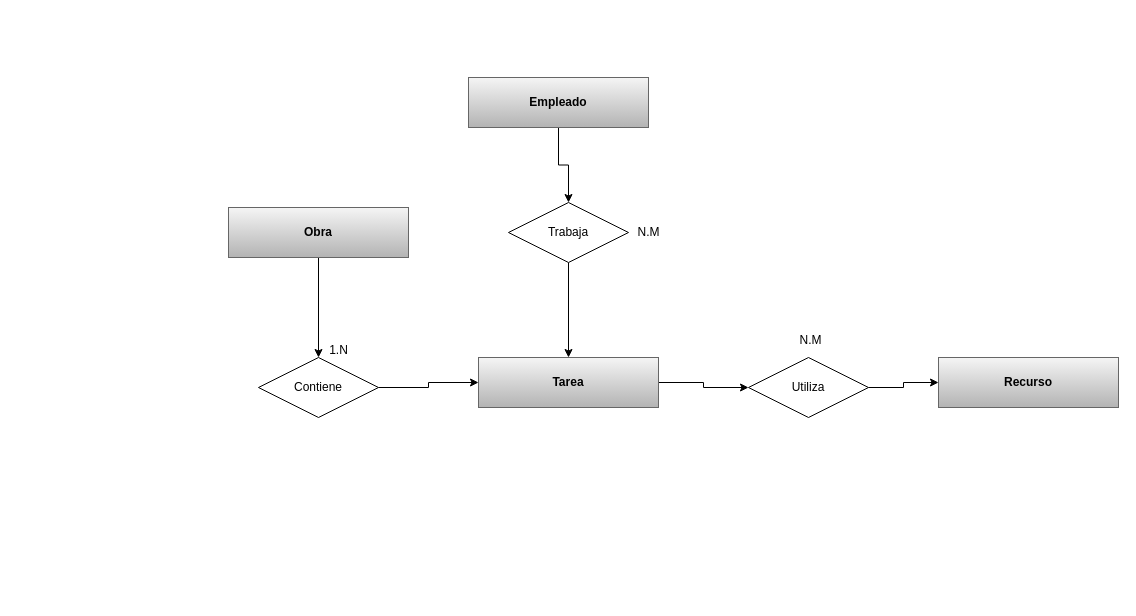
konnylisethalucematorresCAMPUS/baseDeDatosJhon keeps this draw.io diagram as CASO1"A".drawio. Above is the earlier version. Source tidied: cells renumbered, new cells numbered last; positions are measured from the earlier drawing's top-left corner, leaving out a move shared by most shapes. Both pictures are drawn from the tidied source at 100%, with x=0, y=0 at pixel (228, 77).
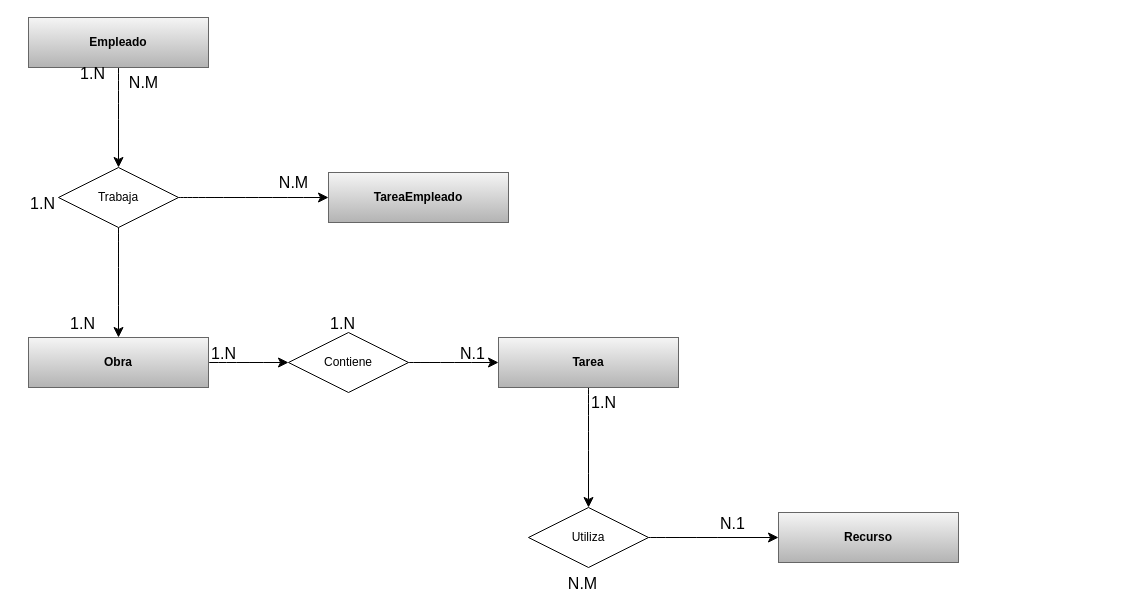
The same page after the edit.

The edit, as a diff of the source:
```diff
@@
-    <mxCell id="2" style="edgeStyle=orthogonalEdgeStyle;rounded=0;jettySize=auto;html=1;exitX=0.5;exitY=1;exitDx=0;exitDy=0;" parent="1" edge="1" source="3" target="12">
+    <mxCell id="2" style="edgeStyle=none;curved=1;rounded=0;jettySize=auto;html=1;exitX=0.5;exitY=1;exitDx=0;exitDy=0;entryX=0.5;entryY=0;entryDx=0;entryDy=0;fontSize=12;startSize=8;endSize=8;" parent="1" edge="1" source="3" target="12">
       <mxGeometry relative="1" as="geometry" />
     </mxCell>
     <mxCell id="3" value="&lt;b&gt;Empleado&lt;/b&gt;" style="rounded=0;whiteSpace=wrap;html=1;fillColor=#f5f5f5;strokeColor=#666666;gradientColor=#b3b3b3;" parent="1" vertex="1">
-      <mxGeometry x="240" width="180" height="50" as="geometry" />
+      <mxGeometry x="-200" y="-60" width="180" height="50" as="geometry" />
     </mxCell>
     <mxCell id="4" value="&lt;b&gt;Recurso&lt;/b&gt;" style="rounded=0;whiteSpace=wrap;html=1;fillColor=#f5f5f5;gradientColor=#b3b3b3;strokeColor=#666666;" parent="1" vertex="1">
-      <mxGeometry x="710" y="280" width="180" height="50" as="geometry" />
+      <mxGeometry x="550" y="435" width="180" height="50" as="geometry" />
     </mxCell>
-    <mxCell id="5" style="edgeStyle=orthogonalEdgeStyle;rounded=0;jettySize=auto;html=1;exitX=0.5;exitY=1;exitDx=0;exitDy=0;entryX=0.5;entryY=0;entryDx=0;entryDy=0;" parent="1" edge="1" source="6" target="10">
+    <mxCell id="5" style="edgeStyle=none;curved=1;rounded=0;jettySize=auto;html=1;exitX=1;exitY=0.5;exitDx=0;exitDy=0;entryX=0;entryY=0.5;entryDx=0;entryDy=0;fontSize=12;startSize=8;endSize=8;" parent="1" edge="1" source="6" target="10">
       <mxGeometry relative="1" as="geometry" />
     </mxCell>
     <mxCell id="6" value="&lt;b&gt;Obra&lt;/b&gt;" style="rounded=0;whiteSpace=wrap;html=1;fillColor=#f5f5f5;strokeColor=#666666;gradientColor=#b3b3b3;" parent="1" vertex="1">
-      <mxGeometry y="130" width="180" height="50" as="geometry" />
+      <mxGeometry x="-200" y="260" width="180" height="50" as="geometry" />
     </mxCell>
-    <mxCell id="7" style="edgeStyle=orthogonalEdgeStyle;rounded=0;jettySize=auto;html=1;exitX=1;exitY=0.5;exitDx=0;exitDy=0;" parent="1" edge="1" source="8" target="14">
+    <mxCell id="7" style="edgeStyle=none;curved=1;rounded=0;jettySize=auto;html=1;exitX=0.5;exitY=1;exitDx=0;exitDy=0;entryX=0.5;entryY=0;entryDx=0;entryDy=0;fontSize=12;startSize=8;endSize=8;" parent="1" edge="1" source="8" target="14">
       <mxGeometry relative="1" as="geometry" />
     </mxCell>
     <mxCell id="8" value="&lt;b&gt;Tarea&lt;/b&gt;" style="rounded=0;whiteSpace=wrap;html=1;fillColor=#f5f5f5;gradientColor=#b3b3b3;strokeColor=#666666;" parent="1" vertex="1">
-      <mxGeometry x="250" y="280" width="180" height="50" as="geometry" />
+      <mxGeometry x="270" y="260" width="180" height="50" as="geometry" />
     </mxCell>
-    <mxCell id="9" style="edgeStyle=orthogonalEdgeStyle;rounded=0;jettySize=auto;html=1;exitX=1;exitY=0.5;exitDx=0;exitDy=0;entryX=0;entryY=0.5;entryDx=0;entryDy=0;" parent="1" edge="1" source="10" target="8">
+    <mxCell id="9" style="edgeStyle=none;curved=1;rounded=0;jettySize=auto;html=1;exitX=1;exitY=0.5;exitDx=0;exitDy=0;entryX=0;entryY=0.5;entryDx=0;entryDy=0;fontSize=12;startSize=8;endSize=8;" parent="1" edge="1" source="10" target="8">
       <mxGeometry relative="1" as="geometry" />
     </mxCell>
     <mxCell id="10" value="Contiene" style="shape=rhombus;perimeter=rhombusPerimeter;whiteSpace=wrap;html=1;align=center;" parent="1" vertex="1">
-      <mxGeometry x="30" y="280" width="120" height="60" as="geometry" />
+      <mxGeometry x="60" y="255" width="120" height="60" as="geometry" />
     </mxCell>
-    <mxCell id="11" style="edgeStyle=orthogonalEdgeStyle;rounded=0;jettySize=auto;html=1;exitX=0.5;exitY=1;exitDx=0;exitDy=0;entryX=0.5;entryY=0;entryDx=0;entryDy=0;" parent="1" edge="1" source="12" target="8">
-      <mxGeometry relative="1" as="geometry" />
-    </mxCell>
+    <mxCell id="18" style="edgeStyle=none;curved=1;rounded=0;jettySize=auto;html=1;exitX=0.5;exitY=1;exitDx=0;exitDy=0;entryX=0.5;entryY=0;entryDx=0;entryDy=0;fontSize=12;startSize=8;endSize=8;" parent="1" edge="1" source="12" target="6">
+      <mxGeometry relative="1" as="geometry" />
+    </mxCell>
+    <mxCell id="19" style="edgeStyle=none;curved=1;rounded=0;jettySize=auto;html=1;exitX=1;exitY=0.5;exitDx=0;exitDy=0;entryX=0;entryY=0.5;entryDx=0;entryDy=0;fontSize=12;startSize=8;endSize=8;" parent="1" edge="1" source="12" target="20">
+      <mxGeometry relative="1" as="geometry" />
+    </mxCell>
     <mxCell id="12" value="Trabaja" style="shape=rhombus;perimeter=rhombusPerimeter;whiteSpace=wrap;html=1;align=center;" parent="1" vertex="1">
-      <mxGeometry x="280" y="125" width="120" height="60" as="geometry" />
+      <mxGeometry x="-170" y="90" width="120" height="60" as="geometry" />
     </mxCell>
-    <mxCell id="13" style="edgeStyle=orthogonalEdgeStyle;rounded=0;jettySize=auto;html=1;exitX=1;exitY=0.5;exitDx=0;exitDy=0;entryX=0;entryY=0.5;entryDx=0;entryDy=0;" parent="1" edge="1" source="14" target="4">
+    <mxCell id="13" style="edgeStyle=none;curved=1;rounded=0;jettySize=auto;html=1;exitX=1;exitY=0.5;exitDx=0;exitDy=0;entryX=0;entryY=0.5;entryDx=0;entryDy=0;fontSize=12;startSize=8;endSize=8;" parent="1" edge="1" source="14" target="4">
       <mxGeometry relative="1" as="geometry" />
     </mxCell>
     <mxCell id="14" value="Utiliza" style="shape=rhombus;perimeter=rhombusPerimeter;whiteSpace=wrap;html=1;align=center;" parent="1" vertex="1">
-      <mxGeometry x="520" y="280" width="120" height="60" as="geometry" />
+      <mxGeometry x="300" y="430" width="120" height="60" as="geometry" />
     </mxCell>
-    <mxCell id="15" value="N.M" style="text;html=1;align=center;verticalAlign=middle;strokeColor=none;fillColor=none;" parent="1" vertex="1">
-      <mxGeometry x="395" y="140" width="50" height="30" as="geometry" />
-    </mxCell>
-    <mxCell id="16" value="1.N" style="text;html=1;align=center;verticalAlign=middle;strokeColor=none;fillColor=none;" parent="1" vertex="1">
-      <mxGeometry x="90" y="258" width="40" height="30" as="geometry" />
-    </mxCell>
-    <mxCell id="17" value="N.M" style="text;html=1;align=center;verticalAlign=middle;strokeColor=none;fillColor=none;" parent="1" vertex="1">
-      <mxGeometry x="557" y="248" width="50" height="30" as="geometry" />
-    </mxCell>
+    <mxCell id="20" value="&lt;b&gt;TareaEmpleado&lt;/b&gt;" style="rounded=0;whiteSpace=wrap;html=1;fillColor=#f5f5f5;gradientColor=#b3b3b3;strokeColor=#666666;" parent="1" vertex="1">
+      <mxGeometry x="100" y="95" width="180" height="50" as="geometry" />
+    </mxCell>
+    <mxCell id="21" value="N.M" style="text;html=1;align=center;verticalAlign=middle;strokeColor=none;fillColor=none;fontSize=16;" parent="1" vertex="1">
+      <mxGeometry x="-110" y="-10" width="50" height="30" as="geometry" />
+    </mxCell>
+    <mxCell id="22" value="1.N" style="text;html=1;align=center;verticalAlign=middle;strokeColor=none;fillColor=none;fontSize=16;" parent="1" vertex="1">
+      <mxGeometry x="-171" y="231" width="50" height="30" as="geometry" />
+    </mxCell>
+    <mxCell id="23" value="N.M" style="text;html=1;align=center;verticalAlign=middle;strokeColor=none;fillColor=none;fontSize=16;" parent="1" vertex="1">
+      <mxGeometry x="40" y="90" width="50" height="30" as="geometry" />
+    </mxCell>
+    <mxCell id="24" value="1.N" style="text;html=1;align=center;verticalAlign=middle;strokeColor=none;fillColor=none;fontSize=16;" parent="1" vertex="1">
+      <mxGeometry x="-161" y="-19" width="50" height="30" as="geometry" />
+    </mxCell>
+    <mxCell id="25" value="1.N" style="text;html=1;align=center;verticalAlign=middle;strokeColor=none;fillColor=none;fontSize=16;" parent="1" vertex="1">
+      <mxGeometry x="-211" y="111" width="50" height="30" as="geometry" />
+    </mxCell>
+    <mxCell id="26" value="1.N" style="text;html=1;align=center;verticalAlign=middle;strokeColor=none;fillColor=none;fontSize=16;" parent="1" vertex="1">
+      <mxGeometry x="-30" y="261" width="50" height="30" as="geometry" />
+    </mxCell>
+    <mxCell id="27" value="N.1" style="text;html=1;align=center;verticalAlign=middle;strokeColor=none;fillColor=none;fontSize=16;" parent="1" vertex="1">
+      <mxGeometry x="219" y="261" width="50" height="30" as="geometry" />
+    </mxCell>
+    <mxCell id="28" value="1.N" style="text;html=1;align=center;verticalAlign=middle;strokeColor=none;fillColor=none;fontSize=16;" parent="1" vertex="1">
+      <mxGeometry x="89" y="231" width="50" height="30" as="geometry" />
+    </mxCell>
+    <mxCell id="29" value="1.N" style="text;html=1;align=center;verticalAlign=middle;strokeColor=none;fillColor=none;fontSize=16;" parent="1" vertex="1">
+      <mxGeometry x="350" y="310" width="50" height="30" as="geometry" />
+    </mxCell>
+    <mxCell id="30" value="N.M" style="text;html=1;align=center;verticalAlign=middle;strokeColor=none;fillColor=none;fontSize=16;" parent="1" vertex="1">
+      <mxGeometry x="329" y="491" width="50" height="30" as="geometry" />
+    </mxCell>
+    <mxCell id="31" value="N.1" style="text;html=1;align=center;verticalAlign=middle;strokeColor=none;fillColor=none;fontSize=16;" parent="1" vertex="1">
+      <mxGeometry x="479" y="431" width="50" height="30" as="geometry" />
+    </mxCell>
```
